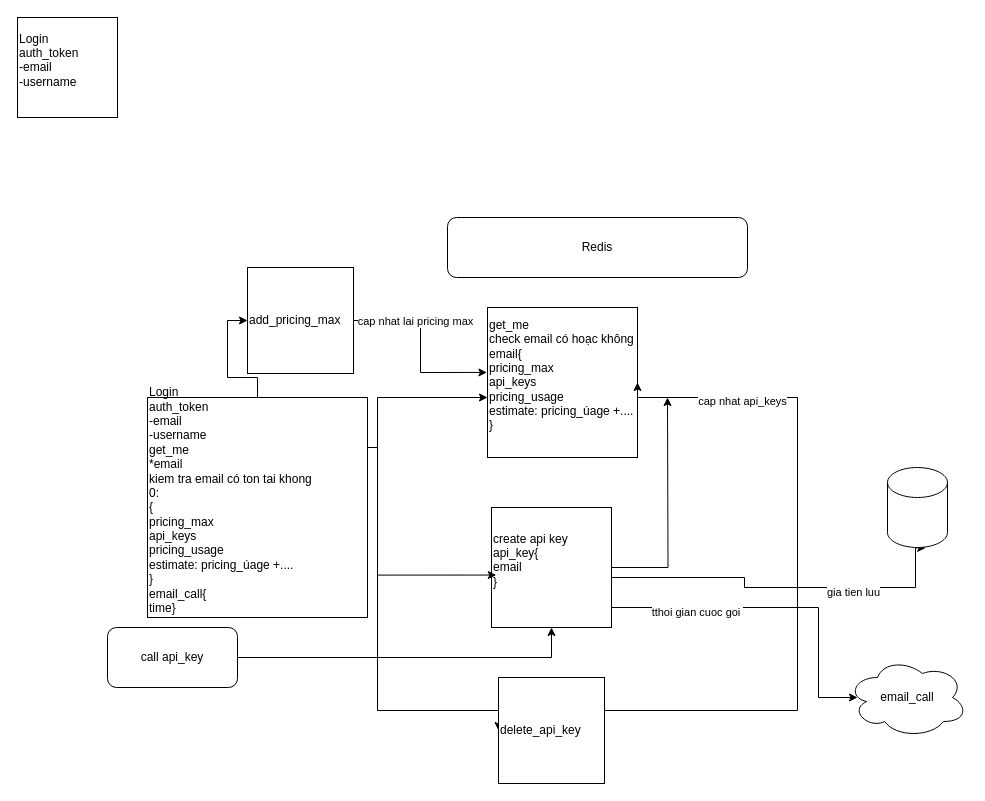
ssda35/Wordpress keeps this draw.io diagram as Biểu đồ không có tiêu đề.drawio. Above is the earlier version. Source tidied: cells renumbered, new cells numbered last; positions are measured from the earlier drawing's top-left corner, leaving out a move shared by most shapes. Both pictures are drawn from the tidied source at 100%, with x=0, y=0 at pixel (17, 17).
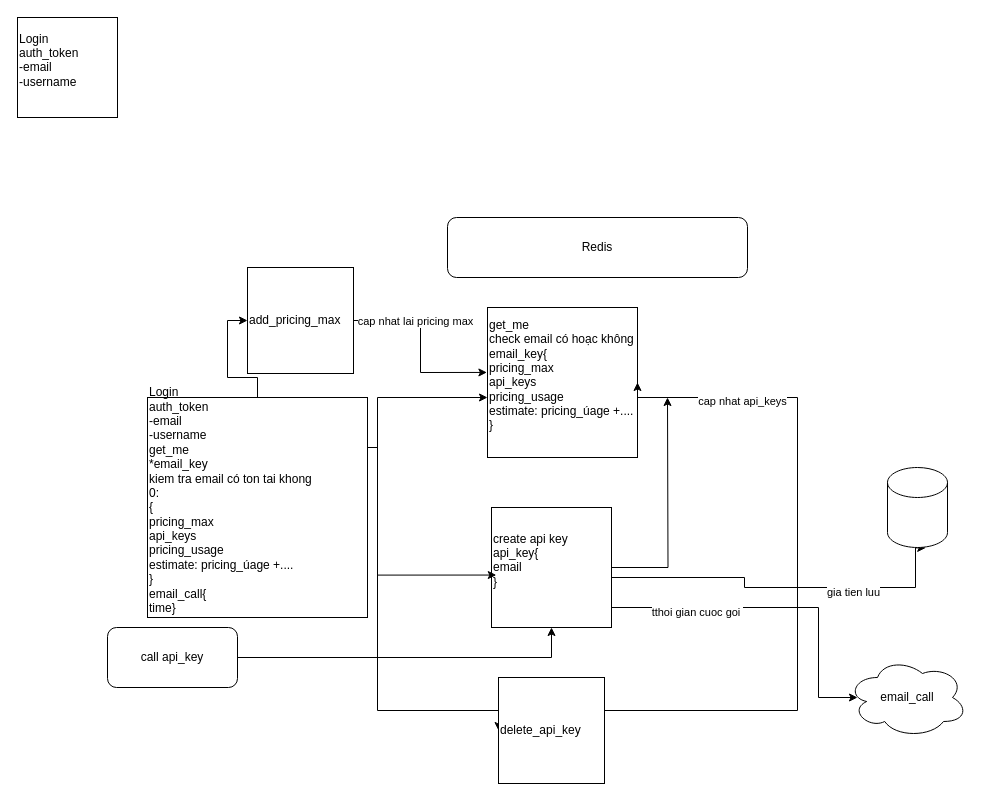
The same diagram, later.

Commit message (it also covers changes not shown here):
Cập nhật Biểu đồ không có tiêu đề.drawio

Change to the diagram source:
```diff
@@
-    <mxCell id="5" value="Login&lt;br&gt;auth_token&lt;div&gt;-email&lt;/div&gt;&lt;div&gt;-username&lt;/div&gt;&lt;div&gt;get_me&lt;/div&gt;&lt;div&gt;*email&lt;/div&gt;&lt;div&gt;kiem tra email có ton tai khong&lt;/div&gt;&lt;div&gt;0:&lt;/div&gt;&lt;div&gt;&lt;div&gt;{&lt;/div&gt;&lt;div&gt;pricing_max&lt;/div&gt;&lt;div&gt;api_keys&lt;/div&gt;&lt;div&gt;pricing_usage&lt;/div&gt;&lt;div&gt;estimate: pricing_úage +....&lt;/div&gt;&lt;div&gt;}&lt;/div&gt;&lt;/div&gt;&lt;div&gt;email_call{&lt;/div&gt;&lt;div&gt;time}&lt;/div&gt;&lt;div&gt;&lt;br&gt;&lt;/div&gt;" style="whiteSpace=wrap;html=1;align=left;" parent="1" vertex="1">
+    <mxCell id="5" value="Login&lt;br&gt;auth_token&lt;div&gt;-email&lt;/div&gt;&lt;div&gt;-username&lt;/div&gt;&lt;div&gt;get_me&lt;/div&gt;&lt;div&gt;*email_key&lt;/div&gt;&lt;div&gt;kiem tra email có ton tai khong&lt;/div&gt;&lt;div&gt;0:&lt;/div&gt;&lt;div&gt;&lt;div&gt;{&lt;/div&gt;&lt;div&gt;pricing_max&lt;/div&gt;&lt;div&gt;api_keys&lt;/div&gt;&lt;div&gt;pricing_usage&lt;/div&gt;&lt;div&gt;estimate: pricing_úage +....&lt;/div&gt;&lt;div&gt;}&lt;/div&gt;&lt;/div&gt;&lt;div&gt;email_call{&lt;/div&gt;&lt;div&gt;time}&lt;/div&gt;&lt;div&gt;&lt;br&gt;&lt;/div&gt;" style="whiteSpace=wrap;html=1;align=left;" parent="1" vertex="1">
       <mxGeometry x="130" y="380" width="220" height="220" as="geometry" />
     </mxCell>
@@
-    <mxCell id="7" value="get_me&lt;div&gt;check email có hoạc không&lt;br&gt;&lt;div&gt;email{&lt;/div&gt;&lt;div&gt;pricing_max&lt;/div&gt;&lt;div&gt;api_keys&lt;/div&gt;&lt;div&gt;pricing_usage&lt;/div&gt;&lt;div&gt;estimate: pricing_úage +....&lt;/div&gt;&lt;div&gt;}&lt;/div&gt;&lt;div&gt;&lt;br&gt;&lt;/div&gt;&lt;/div&gt;" style="whiteSpace=wrap;html=1;align=left;" parent="1" vertex="1">
+    <mxCell id="7" value="get_me&lt;div&gt;check email có hoạc không&lt;br&gt;&lt;div&gt;email_key{&lt;/div&gt;&lt;div&gt;pricing_max&lt;/div&gt;&lt;div&gt;api_keys&lt;/div&gt;&lt;div&gt;pricing_usage&lt;/div&gt;&lt;div&gt;estimate: pricing_úage +....&lt;/div&gt;&lt;div&gt;}&lt;/div&gt;&lt;div&gt;&lt;br&gt;&lt;/div&gt;&lt;/div&gt;" style="whiteSpace=wrap;html=1;align=left;" parent="1" vertex="1">
       <mxGeometry x="470" y="290" width="150" height="150" as="geometry" />
     </mxCell>
```
